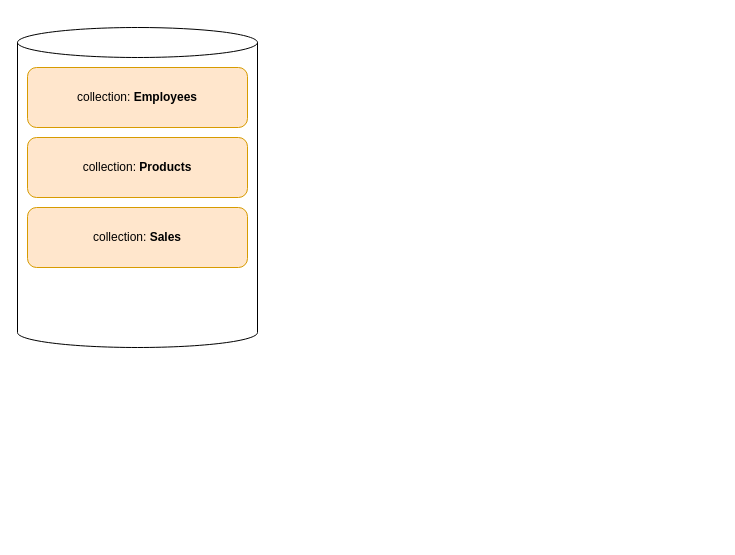
This is Untitled Diagram.drawio from davitaro/elasticsearch-metadata, a draw.io file, before an edit. Source tidied: cells renumbered, new cells numbered last; positions are measured from the earlier drawing's top-left corner, leaving out a move shared by most shapes. Both pictures are drawn from the tidied source at 100%, with x=0, y=0 at pixel (17, 27).
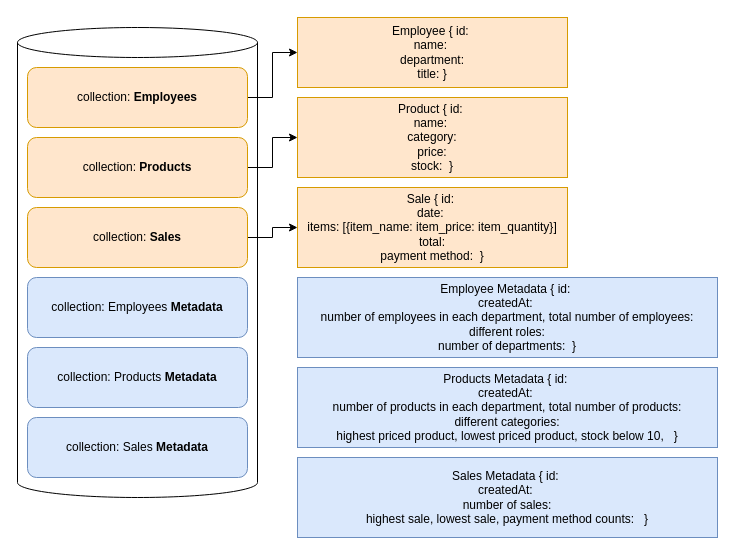
After the change.

Change to the diagram source:
```diff
@@
 <mxGraphModel>
   <root>
     <mxCell id="0" />
     <mxCell id="1" parent="0" />
     <mxCell id="2" style="shape=cylinder3;whiteSpace=wrap;html=1;boundedLbl=1;backgroundOutline=1;size=15;" parent="1" vertex="1">
-      <mxGeometry width="240" height="320" as="geometry" />
+      <mxGeometry width="240" height="470" as="geometry" />
     </mxCell>
+    <mxCell id="6" style="edgeStyle=orthogonalEdgeStyle;rounded=0;jettySize=auto;html=1;exitX=1;exitY=0.5;exitDx=0;exitDy=0;entryX=0;entryY=0.5;entryDx=0;entryDy=0;" parent="1" edge="1" source="3" target="10">
+      <mxGeometry relative="1" as="geometry" />
+    </mxCell>
     <mxCell id="3" value="collection: &lt;b&gt;Employees&lt;/b&gt;" style="rounded=1;whiteSpace=wrap;html=1;fillColor=#ffe6cc;strokeColor=#d79b00;" parent="1" vertex="1">
       <mxGeometry x="10" y="40" width="220" height="60" as="geometry" />
     </mxCell>
+    <mxCell id="7" style="edgeStyle=orthogonalEdgeStyle;rounded=0;jettySize=auto;html=1;exitX=1;exitY=0.5;exitDx=0;exitDy=0;entryX=0;entryY=0.5;entryDx=0;entryDy=0;" parent="1" edge="1" source="4" target="11">
+      <mxGeometry relative="1" as="geometry" />
+    </mxCell>
     <mxCell id="4" value="collection: &lt;b&gt;Products&lt;/b&gt;" style="rounded=1;whiteSpace=wrap;html=1;fillColor=#ffe6cc;strokeColor=#d79b00;" parent="1" vertex="1">
       <mxGeometry x="10" y="110" width="220" height="60" as="geometry" />
     </mxCell>
+    <mxCell id="8" style="edgeStyle=orthogonalEdgeStyle;rounded=0;jettySize=auto;html=1;exitX=1;exitY=0.5;exitDx=0;exitDy=0;entryX=0;entryY=0.5;entryDx=0;entryDy=0;" parent="1" edge="1" source="5" target="12">
+      <mxGeometry relative="1" as="geometry" />
+    </mxCell>
     <mxCell id="5" value="collection: &lt;b&gt;Sales&lt;/b&gt;" style="rounded=1;whiteSpace=wrap;html=1;fillColor=#ffe6cc;strokeColor=#d79b00;" parent="1" vertex="1">
       <mxGeometry x="10" y="180" width="220" height="60" as="geometry" />
     </mxCell>
+    <mxCell id="9" value="collection: Sales&amp;nbsp;&lt;b&gt;Metadata&lt;/b&gt;" style="rounded=1;whiteSpace=wrap;html=1;fillColor=#dae8fc;strokeColor=#6c8ebf;" parent="1" vertex="1">
+      <mxGeometry x="10" y="390" width="220" height="60" as="geometry" />
+    </mxCell>
+    <mxCell id="10" value="Employee { id:&amp;nbsp;&lt;br&gt;name:&amp;nbsp;&lt;br&gt;department:&lt;br&gt;title: }" style="rounded=0;whiteSpace=wrap;html=1;fillColor=#ffe6cc;strokeColor=#d79b00;" parent="1" vertex="1">
+      <mxGeometry x="280" y="-10" width="270" height="70" as="geometry" />
+    </mxCell>
+    <mxCell id="11" value="Product { id:&amp;nbsp;&lt;br&gt;name:&amp;nbsp;&lt;br&gt;category:&lt;br&gt;price:&lt;br&gt;stock:&amp;nbsp; }" style="rounded=0;whiteSpace=wrap;html=1;fillColor=#ffe6cc;strokeColor=#d79b00;" parent="1" vertex="1">
+      <mxGeometry x="280" y="70" width="270" height="80" as="geometry" />
+    </mxCell>
+    <mxCell id="12" value="Sale { id:&amp;nbsp;&lt;br&gt;date:&amp;nbsp;&lt;br&gt;items: [{item_name: item_price: item_quantity}]&lt;br&gt;total:&lt;br&gt;payment method:&amp;nbsp; }" style="rounded=0;whiteSpace=wrap;html=1;fillColor=#ffe6cc;strokeColor=#d79b00;" parent="1" vertex="1">
+      <mxGeometry x="280" y="160" width="270" height="80" as="geometry" />
+    </mxCell>
+    <mxCell id="13" value="collection: Products&amp;nbsp;&lt;b&gt;Metadata&lt;/b&gt;" style="rounded=1;whiteSpace=wrap;html=1;fillColor=#dae8fc;strokeColor=#6c8ebf;" parent="1" vertex="1">
+      <mxGeometry x="10" y="320" width="220" height="60" as="geometry" />
+    </mxCell>
+    <mxCell id="14" value="collection: Employees&amp;nbsp;&lt;b&gt;Metadata&lt;/b&gt;" style="rounded=1;whiteSpace=wrap;html=1;fillColor=#dae8fc;strokeColor=#6c8ebf;" parent="1" vertex="1">
+      <mxGeometry x="10" y="250" width="220" height="60" as="geometry" />
+    </mxCell>
+    <mxCell id="15" value="Employee Metadata { id:&amp;nbsp;&lt;br&gt;createdAt:&amp;nbsp;&lt;br&gt;number of employees in each department, total number of employees:&lt;br&gt;different roles: &lt;br&gt;number of departments:&amp;nbsp; }" style="rounded=0;whiteSpace=wrap;html=1;fillColor=#dae8fc;strokeColor=#6c8ebf;" parent="1" vertex="1">
+      <mxGeometry x="280" y="250" width="420" height="80" as="geometry" />
+    </mxCell>
+    <mxCell id="16" value="Products Metadata { id:&amp;nbsp;&lt;br&gt;createdAt:&amp;nbsp;&lt;br&gt;number of products in each department, total number of products:&lt;br&gt;different categories: &lt;br&gt;highest priced product, lowest priced product, stock below 10,&amp;nbsp; &amp;nbsp;}" style="rounded=0;whiteSpace=wrap;html=1;fillColor=#dae8fc;strokeColor=#6c8ebf;" parent="1" vertex="1">
+      <mxGeometry x="280" y="340" width="420" height="80" as="geometry" />
+    </mxCell>
+    <mxCell id="17" value="Sales Metadata { id:&amp;nbsp;&lt;br&gt;createdAt:&amp;nbsp;&lt;br&gt;number of sales:&lt;br&gt;highest sale, lowest sale, payment method counts:&amp;nbsp; &amp;nbsp;}" style="rounded=0;whiteSpace=wrap;html=1;fillColor=#dae8fc;strokeColor=#6c8ebf;" parent="1" vertex="1">
+      <mxGeometry x="280" y="430" width="420" height="80" as="geometry" />
+    </mxCell>
   </root>
 </mxGraphModel>
```
